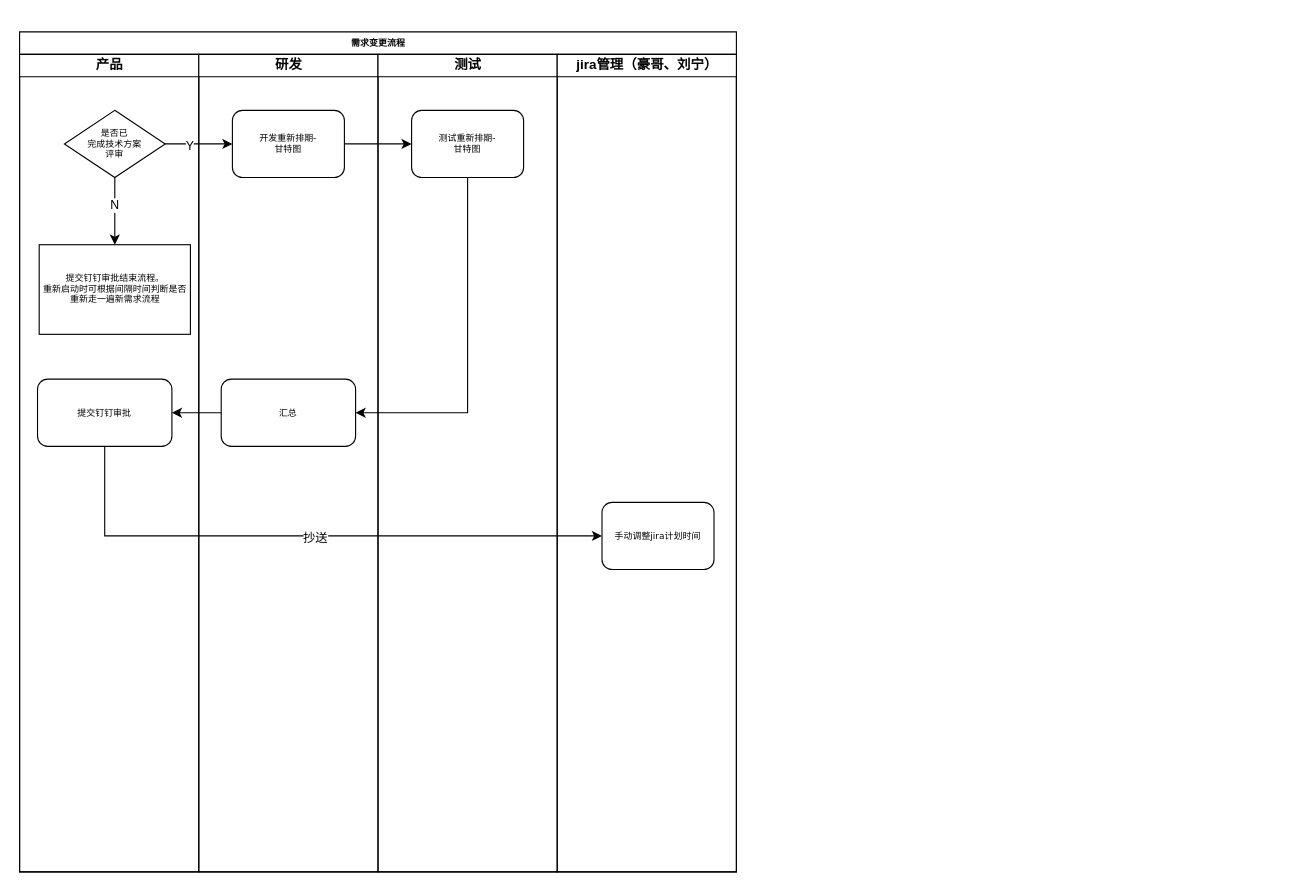
This is 研发变更流程.drawio from a444878151/draw, a draw.io file, before an edit. Source tidied: cells renumbered, new cells numbered last; positions are measured from the earlier drawing's top-left corner, leaving out a move shared by most shapes. Both pictures are drawn from the tidied source at 112%, with x=0, y=0 at pixel (19, 31).
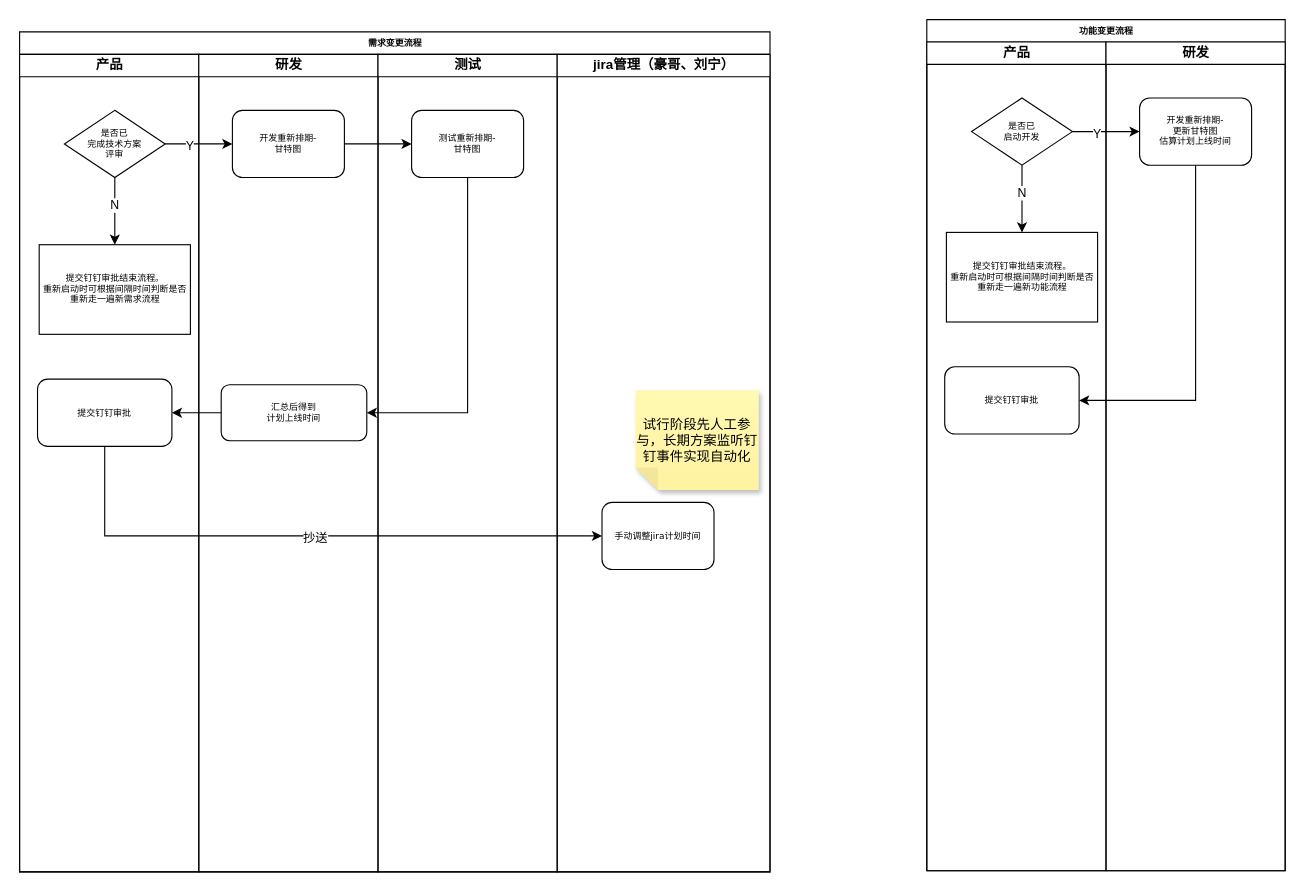
The same page after the edit.

Commit message (it also covers changes not shown here):
更新研发变更流程.drawio

Unchanged cells that the change refers to:
```xml
<mxCell id="9" value="研发" style="swimlane;html=1;startSize=20;" parent="2" vertex="1">
  <mxGeometry x="160" y="20" width="160" height="730" as="geometry" />
</mxCell>
```

What changed in the source:
```diff
@@
     <mxCell id="2" value="需求变更流程" style="swimlane;html=1;startSize=20;rounded=0;shadow=0;labelBackgroundColor=none;strokeWidth=1;fontFamily=Verdana;fontSize=8;align=center;" parent="1" vertex="1">
-      <mxGeometry width="640" height="750" as="geometry" />
+      <mxGeometry width="670" height="750" as="geometry" />
     </mxCell>
@@
-    <mxCell id="11" value="汇总" style="whiteSpace=wrap;html=1;fontSize=8;fontFamily=Verdana;rounded=1;shadow=0;labelBackgroundColor=none;strokeWidth=1;" parent="9" vertex="1">
-      <mxGeometry x="20" y="290" width="120" height="60" as="geometry" />
+    <mxCell id="11" value="汇总后得到&lt;br&gt;计划上线时间" style="whiteSpace=wrap;html=1;fontSize=8;fontFamily=Verdana;rounded=1;shadow=0;labelBackgroundColor=none;strokeWidth=1;" parent="9" vertex="1">
+      <mxGeometry x="20" y="295" width="130" height="50" as="geometry" />
     </mxCell>
@@
     <mxCell id="14" value="jira管理（豪哥、刘宁）" style="swimlane;html=1;startSize=20;" parent="2" vertex="1">
-      <mxGeometry x="480" y="20" width="160" height="730" as="geometry" />
+      <mxGeometry x="480" y="20" width="190" height="730" as="geometry" />
     </mxCell>
@@
+    <mxCell id="23" value="试行阶段先人工参与，长期方案监听钉钉事件实现自动化" style="shape=note;whiteSpace=wrap;html=1;backgroundOutline=1;fontColor=#000000;darkOpacity=0.05;fillColor=#FFF9B2;strokeColor=none;fillStyle=solid;direction=west;gradientDirection=north;gradientColor=#FFF2A1;shadow=1;size=20;" parent="14" vertex="1">
+      <mxGeometry x="70" y="300" width="110" height="89" as="geometry" />
+    </mxCell>
@@
+    <mxCell id="24" value="功能变更流程" style="swimlane;html=1;startSize=20;rounded=0;shadow=0;labelBackgroundColor=none;strokeWidth=1;fontFamily=Verdana;fontSize=8;align=center;" parent="1" vertex="1">
+      <mxGeometry x="810" y="-11" width="320" height="760" as="geometry" />
+    </mxCell>
+    <mxCell id="25" value="产品" style="swimlane;html=1;startSize=20;" parent="24" vertex="1">
+      <mxGeometry y="20" width="160" height="740" as="geometry" />
+    </mxCell>
+    <mxCell id="26" style="edgeStyle=orthogonalEdgeStyle;rounded=0;jettySize=auto;html=1;" parent="25" edge="1" source="28" target="29">
+      <mxGeometry relative="1" as="geometry" />
+    </mxCell>
+    <mxCell id="27" value="N" style="edgeLabel;html=1;align=center;verticalAlign=middle;" parent="26" vertex="1">
+      <mxGeometry x="-0.2" y="-1" relative="1" as="geometry" />
+    </mxCell>
+    <mxCell id="28" value="是否已&lt;br&gt;启动开发" style="rhombus;whiteSpace=wrap;html=1;rounded=0;shadow=0;labelBackgroundColor=none;strokeWidth=1;fontFamily=Verdana;fontSize=8;align=center;" parent="25" vertex="1">
+      <mxGeometry x="40" y="50" width="90" height="60" as="geometry" />
+    </mxCell>
+    <mxCell id="29" value="提交钉钉审批结束流程。&lt;br&gt;重新启动时可根据间隔时间判断是否重新走一遍新功能流程" style="whiteSpace=wrap;html=1;fontSize=8;fontFamily=Verdana;rounded=0;shadow=0;labelBackgroundColor=none;strokeWidth=1;" parent="25" vertex="1">
+      <mxGeometry x="17.5" y="170" width="135" height="80" as="geometry" />
+    </mxCell>
+    <mxCell id="30" value="提交钉钉审批" style="whiteSpace=wrap;html=1;fontSize=8;fontFamily=Verdana;rounded=1;shadow=0;labelBackgroundColor=none;strokeWidth=1;" parent="25" vertex="1">
+      <mxGeometry x="16" y="290" width="120" height="60" as="geometry" />
+    </mxCell>
+    <mxCell id="31" value="研发" style="swimlane;html=1;startSize=20;" parent="24" vertex="1">
+      <mxGeometry x="160" y="20" width="160" height="740" as="geometry" />
+    </mxCell>
+    <mxCell id="32" value="开发重新排期-&lt;br&gt;更新甘特图&lt;br&gt;估算计划上线时间" style="rounded=1;whiteSpace=wrap;html=1;shadow=0;labelBackgroundColor=none;strokeWidth=1;fontFamily=Verdana;fontSize=8;align=center;" parent="31" vertex="1">
+      <mxGeometry x="30" y="50" width="100" height="60" as="geometry" />
+    </mxCell>
+    <mxCell id="33" style="edgeStyle=orthogonalEdgeStyle;rounded=0;jettySize=auto;html=1;exitX=1;exitY=0.5;exitDx=0;exitDy=0;entryX=0;entryY=0.5;entryDx=0;entryDy=0;" parent="24" edge="1" source="28" target="32">
+      <mxGeometry relative="1" as="geometry" />
+    </mxCell>
+    <mxCell id="34" value="Y" style="edgeLabel;html=1;align=center;verticalAlign=middle;" parent="33" vertex="1">
+      <mxGeometry x="-0.3" y="-1" relative="1" as="geometry" />
+    </mxCell>
+    <mxCell id="35" style="edgeStyle=orthogonalEdgeStyle;rounded=0;jettySize=auto;html=1;exitX=0.5;exitY=1;exitDx=0;exitDy=0;entryX=1;entryY=0.5;entryDx=0;entryDy=0;" parent="24" edge="1" source="32" target="30">
+      <mxGeometry relative="1" as="geometry" />
+    </mxCell>
```
